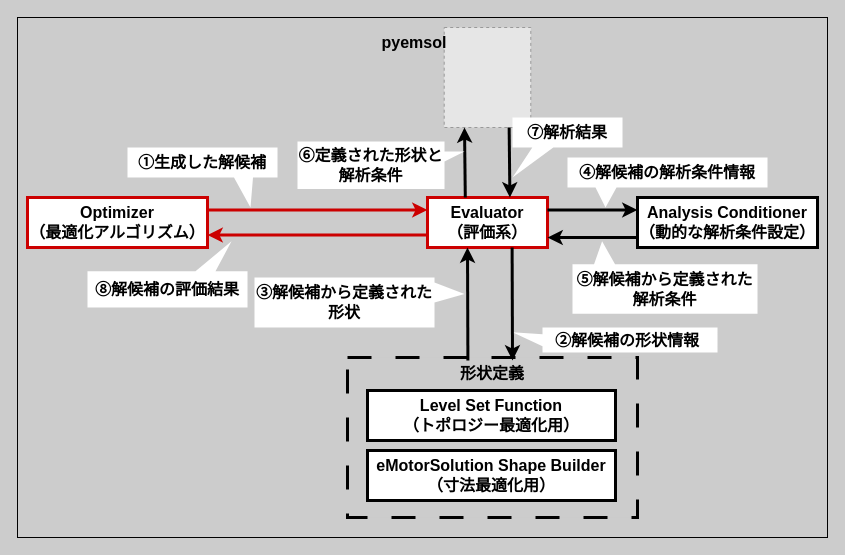
Before: static/img/concepts_overview.drawio in EMSolution-SSIL/EMSOptimizerDoc, a draw.io diagram. Source tidied: cells renumbered, new cells numbered last; positions are measured from the earlier drawing's top-left corner, leaving out a move shared by most shapes. Both pictures are drawn from the tidied source at 100%, with x=0, y=0 at pixel (17, 17). Pictures stored in the file or linked from it are replaced by grey dashed boxes.
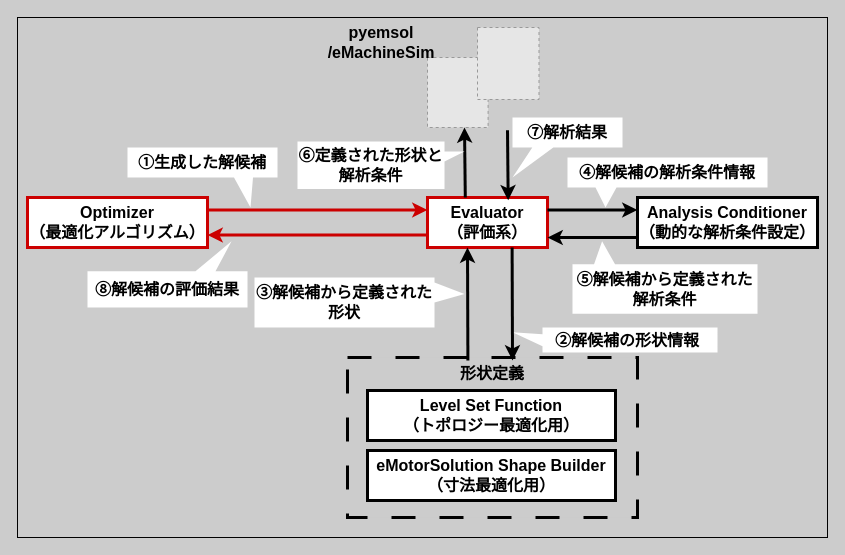
Above is the later version.

The edit, as a diff of the source:
```diff
@@
     <mxCell id="19" style="fillColor=#E6E6E6;strokeColor=#999999;dashed=1;verticalLabelPosition=bottom;labelBackgroundColor=default;verticalAlign=top;" parent="1" vertex="1">
-      <mxGeometry x="426.7" y="10" width="86.6" height="100" as="geometry" />
+      <mxGeometry x="410" y="40" width="60.6" height="70" as="geometry" />
     </mxCell>
@@
-    <mxCell id="22" style="endArrow=classic;html=1;rounded=0;entryX=0.569;entryY=0.019;entryDx=0;entryDy=0;entryPerimeter=0;strokeWidth=3;exitX=0.75;exitY=1;exitDx=0;exitDy=0;" parent="1" edge="1" source="19">
+    <mxCell id="22" style="endArrow=classic;html=1;rounded=0;entryX=0.569;entryY=0.019;entryDx=0;entryDy=0;entryPerimeter=0;strokeWidth=3;exitX=0.75;exitY=1;exitDx=0;exitDy=0;" parent="1" edge="1">
       <mxGeometry relative="1" as="geometry">
-        <mxPoint x="492.4" y="180" as="targetPoint" />
+        <mxPoint x="490" y="112.8" as="sourcePoint" />
+        <mxPoint x="490.7" y="182.8" as="targetPoint" />
       </mxGeometry>
     </mxCell>
@@
-    <mxCell id="26" value="&lt;font style=&quot;font-size: 16px;&quot;&gt;pyemsol&lt;/font&gt;" style="text;html=1;align=center;verticalAlign=middle;whiteSpace=wrap;rounded=0;fontStyle=1;" parent="1" vertex="1">
-      <mxGeometry x="366.7" y="10" width="60" height="30" as="geometry" />
+    <mxCell id="26" value="&lt;font style=&quot;font-size: 16px;&quot;&gt;pyemsol&lt;/font&gt;&lt;div&gt;&lt;font style=&quot;font-size: 16px;&quot;&gt;/eMachineSim&lt;/font&gt;&lt;/div&gt;" style="text;html=1;align=center;verticalAlign=middle;whiteSpace=wrap;rounded=0;fontStyle=1;" parent="1" vertex="1">
+      <mxGeometry x="333.5" y="10" width="60" height="30" as="geometry" />
     </mxCell>
+    <mxCell id="27" style="fillColor=#E6E6E6;strokeColor=#999999;dashed=1;verticalLabelPosition=bottom;labelBackgroundColor=default;verticalAlign=top;" parent="1" vertex="1">
+      <mxGeometry x="460" y="10" width="61.5" height="72" as="geometry" />
+    </mxCell>
```
